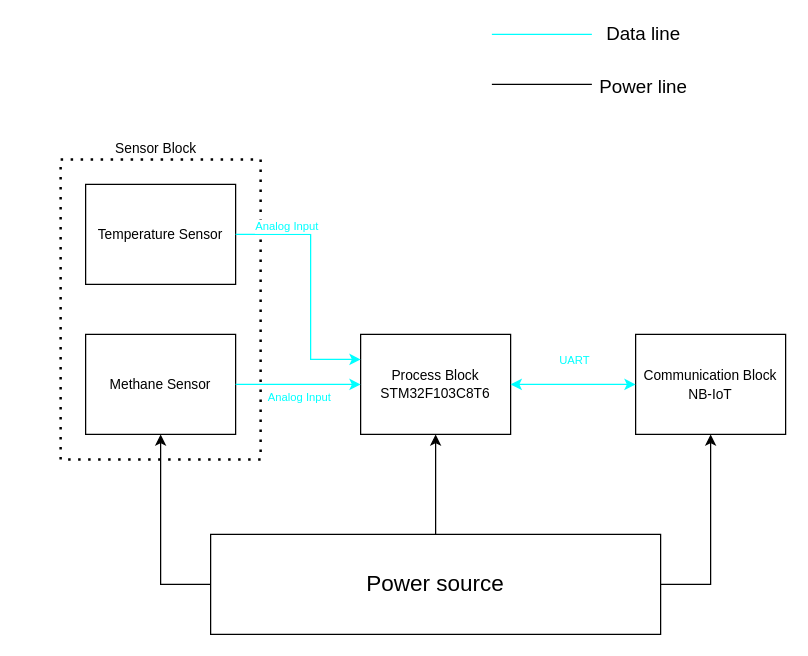
This is Project_overall.drawio from K2ayzz/ForDrawIO, a draw.io file, before an edit. Source tidied: cells renumbered, new cells numbered last; positions are measured from the earlier drawing's top-left corner, leaving out a move shared by most shapes. Both pictures are drawn from the tidied source at 125%, with x=0, y=0 at pixel (60, 34).
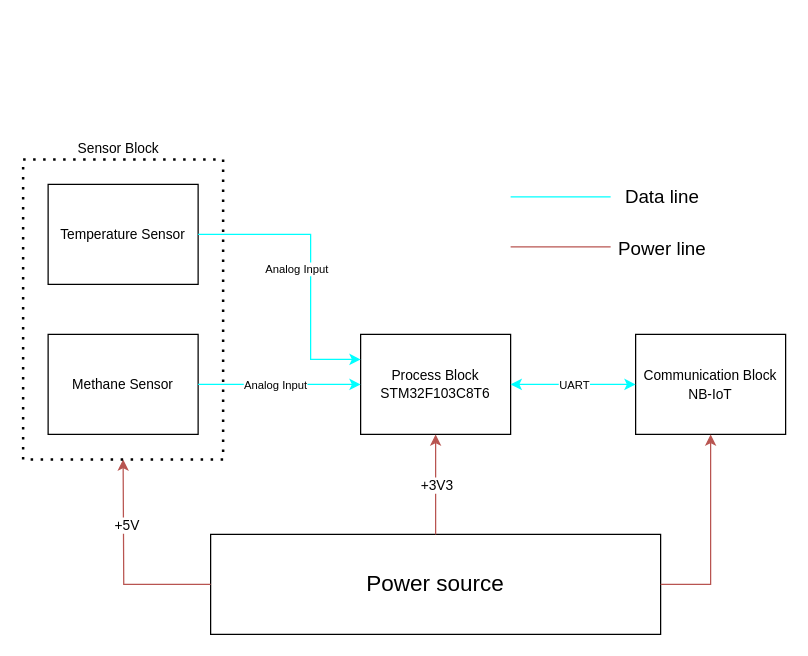
Above is the later version.

Commit message:
Cập nhật Project_overall.drawio

Unchanged cells that the change refers to:
```xml
<mxCell id="2" value="&lt;font style=&quot;font-size: 18px;&quot;&gt;Power source&lt;/font&gt;" style="rounded=0;whiteSpace=wrap;html=1;" parent="1" vertex="1">
  <mxGeometry x="120" y="400" width="360" height="80" as="geometry" />
</mxCell>
<mxCell id="5" value="&lt;span style=&quot;font-size: 11px;&quot;&gt;Process Block&lt;br style=&quot;font-size: 11px;&quot;&gt;STM32F103C8T6&lt;br style=&quot;font-size: 11px;&quot;&gt;&lt;/span&gt;" style="whiteSpace=wrap;html=1;rounded=0;fontSize=11;" parent="1" vertex="1">
  <mxGeometry x="240" y="240" width="120" height="80" as="geometry" />
</mxCell>
<mxCell id="6" value="&lt;font style=&quot;font-size: 11px;&quot;&gt;Communication Block&lt;br&gt;NB-IoT&lt;br&gt;&lt;/font&gt;" style="whiteSpace=wrap;html=1;rounded=0;" parent="1" vertex="1">
  <mxGeometry x="460" y="240" width="120" height="80" as="geometry" />
</mxCell>
<mxCell id="9" style="endArrow=classic;html=1;rounded=0;exitX=1;exitY=0.5;exitDx=0;exitDy=0;entryX=0;entryY=0.5;entryDx=0;entryDy=0;fillColor=#dae8fc;gradientColor=#7ea6e0;strokeColor=#00FFFF;" parent="1" edge="1" source="4" target="5">
  <mxGeometry relative="1" as="geometry" />
</mxCell>
<mxCell id="11" style="endArrow=classic;startArrow=classic;html=1;rounded=0;entryX=0;entryY=0.5;entryDx=0;entryDy=0;exitX=1;exitY=0.5;exitDx=0;exitDy=0;strokeColor=#00FFFF;" parent="1" edge="1" source="5" target="6">
  <mxGeometry relative="1" as="geometry" />
</mxCell>
<mxCell id="20" style="endArrow=classic;html=1;rounded=0;exitX=1;exitY=0.5;exitDx=0;exitDy=0;entryX=0;entryY=0.25;entryDx=0;entryDy=0;fillColor=#dae8fc;gradientColor=#7ea6e0;strokeColor=#00FFFF;" parent="1" edge="1" source="17" target="5">
  <mxGeometry relative="1" as="geometry">
    <Array as="points">
      <mxPoint x="200" y="160" />
      <mxPoint x="200" y="260" />
    </Array>
  </mxGeometry>
</mxCell>
```

The edit, as a diff of the source:
```diff
@@
-    <mxCell id="3" style="edgeStyle=orthogonalEdgeStyle;rounded=0;jettySize=auto;html=1;entryX=0.5;entryY=1;entryDx=0;entryDy=0;exitX=0;exitY=0.5;exitDx=0;exitDy=0;" parent="1" edge="1" source="2" target="4">
-      <mxGeometry relative="1" as="geometry" />
+    <mxCell id="3" style="edgeStyle=orthogonalEdgeStyle;rounded=0;jettySize=auto;html=1;exitX=0;exitY=0.5;exitDx=0;exitDy=0;fillColor=#f8cecc;gradientColor=#ea6b66;strokeColor=#b85450;" parent="1" edge="1" source="2">
+      <mxGeometry relative="1" as="geometry">
+        <mxPoint x="50" y="340" as="targetPoint" />
+      </mxGeometry>
     </mxCell>
+    <mxCell id="22" value="+5V" style="edgeLabel;html=1;align=center;verticalAlign=middle;" parent="3" vertex="1">
+      <mxGeometry x="0.38" y="-2" relative="1" as="geometry" />
+    </mxCell>
     <mxCell id="4" value="&lt;font style=&quot;font-size: 11px;&quot;&gt;Methane Sensor&lt;/font&gt;" style="whiteSpace=wrap;html=1;rounded=0;fontSize=11;" parent="1" vertex="1">
-      <mxGeometry x="20" y="240" width="120" height="80" as="geometry" />
+      <mxGeometry x="-10" y="240" width="120" height="80" as="geometry" />
     </mxCell>
@@
-    <mxCell id="7" style="edgeStyle=orthogonalEdgeStyle;rounded=0;jettySize=auto;html=1;entryX=0.5;entryY=1;entryDx=0;entryDy=0;exitX=1;exitY=0.5;exitDx=0;exitDy=0;" parent="1" edge="1" source="2" target="6">
+    <mxCell id="7" style="edgeStyle=orthogonalEdgeStyle;rounded=0;jettySize=auto;html=1;entryX=0.5;entryY=1;entryDx=0;entryDy=0;exitX=1;exitY=0.5;exitDx=0;exitDy=0;fillColor=#f8cecc;gradientColor=#ea6b66;strokeColor=#b85450;" parent="1" edge="1" source="2" target="6">
       <mxGeometry relative="1" as="geometry" />
     </mxCell>
-    <mxCell id="8" style="edgeStyle=orthogonalEdgeStyle;rounded=0;jettySize=auto;html=1;entryX=0.5;entryY=1;entryDx=0;entryDy=0;exitX=0.5;exitY=0;exitDx=0;exitDy=0;" parent="1" edge="1" source="2" target="5">
+    <mxCell id="8" style="edgeStyle=orthogonalEdgeStyle;rounded=0;jettySize=auto;html=1;entryX=0.5;entryY=1;entryDx=0;entryDy=0;exitX=0.5;exitY=0;exitDx=0;exitDy=0;fillColor=#f8cecc;gradientColor=#ea6b66;strokeColor=#b85450;" parent="1" edge="1" source="2" target="5">
       <mxGeometry relative="1" as="geometry" />
     </mxCell>
+    <mxCell id="23" value="+3V3" style="edgeLabel;html=1;align=center;verticalAlign=middle;" parent="8" vertex="1">
+      <mxGeometry x="0.19" y="1" relative="1" as="geometry">
+        <mxPoint x="1" y="8" as="offset" />
+      </mxGeometry>
+    </mxCell>
@@
-    <mxCell id="10" value="&lt;font style=&quot;font-size: 9px;&quot;&gt;Analog Input&lt;/font&gt;" style="edgeLabel;html=1;align=center;verticalAlign=middle;fontColor=#00FFFF;fontSize=9;" parent="9" vertex="1">
+    <mxCell id="10" value="&lt;font style=&quot;font-size: 9px;&quot;&gt;Analog Input&lt;/font&gt;" style="edgeLabel;html=1;align=center;verticalAlign=middle;fontColor=#000000;fontSize=9;" parent="9" vertex="1">
       <mxGeometry x="-0.3" y="3" relative="1" as="geometry">
-        <mxPoint x="15" y="13" as="offset" />
+        <mxPoint x="15" y="3" as="offset" />
       </mxGeometry>
     </mxCell>
@@
-    <mxCell id="12" value="UART" style="edgeLabel;html=1;align=center;verticalAlign=middle;fontSize=9;fontColor=#00FFFF;" parent="11" vertex="1">
+    <mxCell id="12" value="UART" style="edgeLabel;html=1;align=center;verticalAlign=middle;fontSize=9;fontColor=#000000;" parent="11" vertex="1">
       <mxGeometry x="0.08" y="-1" relative="1" as="geometry">
-        <mxPoint x="-4" y="-21" as="offset" />
+        <mxPoint x="-4" y="-1" as="offset" />
       </mxGeometry>
     </mxCell>
     <mxCell id="13" style="endArrow=none;html=1;rounded=0;strokeColor=#00FFFF;" parent="1" edge="1">
       <mxGeometry relative="1" as="geometry">
-        <mxPoint x="345" as="sourcePoint" />
-        <mxPoint x="425" as="targetPoint" />
+        <mxPoint x="360" y="130" as="sourcePoint" />
+        <mxPoint x="440" y="130" as="targetPoint" />
       </mxGeometry>
     </mxCell>
@@
-    <mxCell id="15" style="endArrow=none;html=1;rounded=0;" parent="1" edge="1">
+    <mxCell id="15" style="endArrow=none;html=1;rounded=0;fillColor=#f8cecc;gradientColor=#ea6b66;strokeColor=#b85450;" parent="1" edge="1">
       <mxGeometry relative="1" as="geometry">
-        <mxPoint x="345" y="40" as="sourcePoint" />
-        <mxPoint x="425" y="40" as="targetPoint" />
+        <mxPoint x="360" y="170" as="sourcePoint" />
+        <mxPoint x="440" y="170" as="targetPoint" />
       </mxGeometry>
     </mxCell>
@@
     <mxCell id="17" value="&lt;font style=&quot;font-size: 11px;&quot;&gt;Temperature Sensor&lt;/font&gt;" style="whiteSpace=wrap;html=1;rounded=0;fontSize=11;" parent="1" vertex="1">
-      <mxGeometry x="20" y="120" width="120" height="80" as="geometry" />
+      <mxGeometry x="-10" y="120" width="120" height="80" as="geometry" />
     </mxCell>
     <mxCell id="18" style="endArrow=none;dashed=1;html=1;dashPattern=1 3;strokeWidth=2;rounded=0;" parent="1" edge="1">
       <mxGeometry relative="1" as="geometry">
-        <mxPoint y="100" as="sourcePoint" />
-        <mxPoint y="100" as="targetPoint" />
+        <mxPoint x="-30" y="100" as="sourcePoint" />
+        <mxPoint x="-30" y="100" as="targetPoint" />
         <Array as="points">
-          <mxPoint x="160" y="100" />
-          <mxPoint x="160" y="340" />
-          <mxPoint y="340" />
+          <mxPoint x="130" y="100" />
+          <mxPoint x="130" y="340" />
+          <mxPoint x="-30" y="340" />
         </Array>
       </mxGeometry>
     </mxCell>
@@
-    <mxCell id="21" value="&lt;font style=&quot;font-size: 9px;&quot;&gt;Analog Input&lt;/font&gt;" style="edgeLabel;html=1;align=center;verticalAlign=middle;fontColor=#00FFFF;fontSize=9;" parent="20" vertex="1">
+    <mxCell id="21" value="&lt;font style=&quot;font-size: 9px;&quot;&gt;Analog Input&lt;/font&gt;" style="edgeLabel;html=1;align=center;verticalAlign=middle;fontColor=#000000;fontSize=9;" parent="20" vertex="1">
       <mxGeometry x="-0.3" y="3" relative="1" as="geometry">
-        <mxPoint x="-23" y="-17" as="offset" />
+        <mxPoint x="-3" y="30" as="offset" />
       </mxGeometry>
     </mxCell>
```
